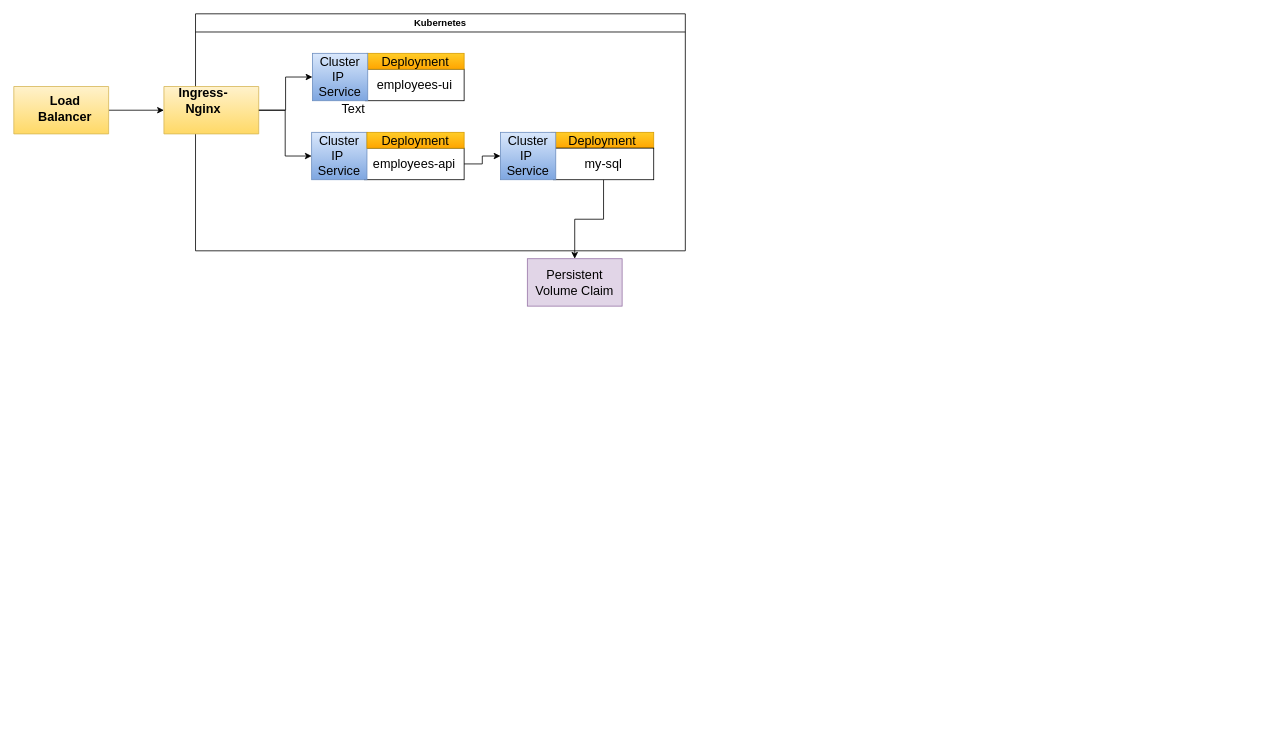
Before: page "POC flow" (8 of 10) of 11.drawio in vetrip/draw.io, a draw.io diagram. Source tidied: cells renumbered, new cells numbered last; positions are measured from the earlier drawing's top-left corner, leaving out a move shared by most shapes. Both pictures are drawn from the tidied source at 79%, with x=0, y=0 at pixel (13, 13).
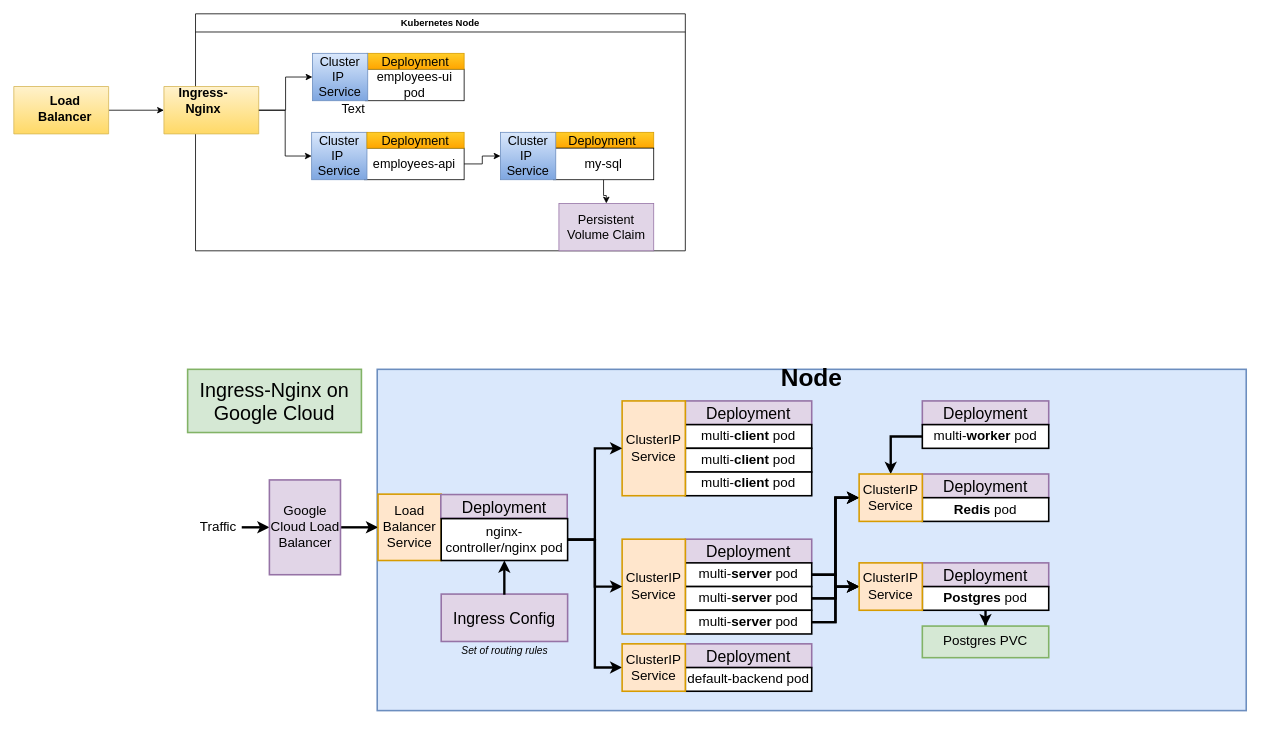
The same page after the edit.

Diff of the diagram source:
```diff
@@
-    <mxCell id="2" value="Kubernetes" style="swimlane;" parent="1" vertex="1">
+    <mxCell id="2" value="Kubernetes Node" style="swimlane;" parent="1" vertex="1">
       <mxGeometry x="230" width="620" height="300" as="geometry" />
     </mxCell>
@@
-    <mxCell id="6" value="employees-ui" style="rounded=0;whiteSpace=wrap;html=1;fontSize=16;" parent="2" vertex="1">
+    <mxCell id="6" value="employees-ui pod" style="rounded=0;whiteSpace=wrap;html=1;fontSize=16;" parent="2" vertex="1">
       <mxGeometry x="215" y="70" width="125" height="40" as="geometry" />
     </mxCell>
@@
+    <mxCell id="22" value="Persistent Volume Claim" style="rounded=0;whiteSpace=wrap;html=1;fontSize=16;fillColor=#e1d5e7;strokeColor=#9673a6;" parent="2" vertex="1">
+      <mxGeometry x="460" y="240" width="120" height="60" as="geometry" />
+    </mxCell>
@@
-    <mxCell id="22" value="Persistent Volume Claim" style="rounded=0;whiteSpace=wrap;html=1;fontSize=16;fillColor=#e1d5e7;strokeColor=#9673a6;" parent="1" vertex="1">
-      <mxGeometry x="650" y="310" width="120" height="60" as="geometry" />
-    </mxCell>
+    <mxCell id="23" value="Node&lt;br style=&quot;font-size: 31px&quot;&gt;&lt;br style=&quot;font-size: 31px&quot;&gt;&lt;br style=&quot;font-size: 31px&quot;&gt;&lt;br style=&quot;font-size: 31px&quot;&gt;&lt;br style=&quot;font-size: 31px&quot;&gt;&lt;br style=&quot;font-size: 31px&quot;&gt;&lt;br style=&quot;font-size: 31px&quot;&gt;&lt;br style=&quot;font-size: 31px&quot;&gt;&lt;br style=&quot;font-size: 31px&quot;&gt;&lt;br&gt;&lt;br&gt;&lt;br style=&quot;font-size: 31px&quot;&gt;" style="rounded=0;whiteSpace=wrap;html=1;strokeWidth=2;fontSize=31;align=center;fillColor=#dae8fc;strokeColor=#6c8ebf;fontStyle=1;" parent="1" vertex="1">
+      <mxGeometry x="460" y="450" width="1100" height="432" as="geometry" />
+    </mxCell>
+    <mxCell id="24" value="Deployment" style="rounded=0;whiteSpace=wrap;html=1;strokeWidth=2;fontSize=20;align=center;fillColor=#e1d5e7;strokeColor=#9673a6;" parent="1" vertex="1">
+      <mxGeometry x="850" y="490" width="160" height="30" as="geometry" />
+    </mxCell>
+    <mxCell id="25" value="multi-&lt;b&gt;client&lt;/b&gt; pod" style="rounded=0;whiteSpace=wrap;html=1;strokeWidth=2;fontSize=17;align=center;fillColor=#ffffff;strokeColor=#000000;" parent="1" vertex="1">
+      <mxGeometry x="850" y="520" width="160" height="30" as="geometry" />
+    </mxCell>
+    <mxCell id="26" value="multi-&lt;b&gt;client&lt;/b&gt; pod" style="rounded=0;whiteSpace=wrap;html=1;strokeWidth=2;fontSize=17;align=center;fillColor=#ffffff;strokeColor=#000000;" parent="1" vertex="1">
+      <mxGeometry x="850" y="550" width="160" height="30" as="geometry" />
+    </mxCell>
+    <mxCell id="27" value="multi-&lt;b&gt;client&lt;/b&gt; pod" style="rounded=0;whiteSpace=wrap;html=1;strokeWidth=2;fontSize=17;align=center;fillColor=#ffffff;strokeColor=#000000;" parent="1" vertex="1">
+      <mxGeometry x="850" y="580" width="160" height="30" as="geometry" />
+    </mxCell>
+    <mxCell id="28" value="Deployment" style="rounded=0;whiteSpace=wrap;html=1;strokeWidth=2;fontSize=20;align=center;fillColor=#e1d5e7;strokeColor=#9673a6;" parent="1" vertex="1">
+      <mxGeometry x="850" y="665" width="160" height="30" as="geometry" />
+    </mxCell>
+    <mxCell id="29" style="edgeStyle=orthogonalEdgeStyle;rounded=0;html=1;exitX=1;exitY=0.5;jettySize=auto;strokeWidth=3;fontSize=30;" parent="1" edge="1" source="31" target="52">
+      <mxGeometry relative="1" as="geometry" />
+    </mxCell>
+    <mxCell id="30" style="edgeStyle=orthogonalEdgeStyle;rounded=0;html=1;exitX=1;exitY=0.5;entryX=0;entryY=0.5;jettySize=auto;strokeWidth=3;fontSize=30;" parent="1" edge="1" source="31" target="51">
+      <mxGeometry relative="1" as="geometry" />
+    </mxCell>
+    <mxCell id="31" value="multi-&lt;b&gt;server&lt;/b&gt; pod" style="rounded=0;whiteSpace=wrap;html=1;strokeWidth=2;fontSize=17;align=center;fillColor=#ffffff;strokeColor=#000000;" parent="1" vertex="1">
+      <mxGeometry x="850" y="695" width="160" height="30" as="geometry" />
+    </mxCell>
+    <mxCell id="32" style="edgeStyle=orthogonalEdgeStyle;rounded=0;html=1;exitX=1;exitY=0.5;entryX=0;entryY=0.5;jettySize=auto;strokeWidth=3;fontSize=30;" parent="1" edge="1" source="34" target="52">
+      <mxGeometry relative="1" as="geometry" />
+    </mxCell>
+    <mxCell id="33" style="edgeStyle=orthogonalEdgeStyle;rounded=0;html=1;exitX=1;exitY=0.5;entryX=0;entryY=0.5;jettySize=auto;strokeWidth=3;fontSize=30;" parent="1" edge="1" source="34" target="51">
+      <mxGeometry relative="1" as="geometry" />
+    </mxCell>
+    <mxCell id="34" value="multi-&lt;b&gt;server&lt;/b&gt; pod" style="rounded=0;whiteSpace=wrap;html=1;strokeWidth=2;fontSize=17;align=center;fillColor=#ffffff;strokeColor=#000000;" parent="1" vertex="1">
+      <mxGeometry x="850" y="725" width="160" height="30" as="geometry" />
+    </mxCell>
+    <mxCell id="35" style="edgeStyle=orthogonalEdgeStyle;rounded=0;html=1;exitX=1;exitY=0.5;entryX=0;entryY=0.5;jettySize=auto;strokeWidth=3;fontSize=30;" parent="1" edge="1" source="37" target="52">
+      <mxGeometry relative="1" as="geometry" />
+    </mxCell>
+    <mxCell id="36" style="edgeStyle=orthogonalEdgeStyle;rounded=0;html=1;exitX=1;exitY=0.5;entryX=0;entryY=0.5;jettySize=auto;strokeWidth=3;fontSize=30;" parent="1" edge="1" source="37" target="51">
+      <mxGeometry relative="1" as="geometry" />
+    </mxCell>
+    <mxCell id="37" value="multi-&lt;b&gt;server&lt;/b&gt; pod" style="rounded=0;whiteSpace=wrap;html=1;strokeWidth=2;fontSize=17;align=center;fillColor=#ffffff;strokeColor=#000000;" parent="1" vertex="1">
+      <mxGeometry x="850" y="755" width="160" height="30" as="geometry" />
+    </mxCell>
+    <mxCell id="38" value="Deployment" style="rounded=0;whiteSpace=wrap;html=1;strokeWidth=2;fontSize=20;align=center;fillColor=#e1d5e7;strokeColor=#9673a6;" parent="1" vertex="1">
+      <mxGeometry x="1150" y="490" width="160" height="30" as="geometry" />
+    </mxCell>
+    <mxCell id="39" style="edgeStyle=orthogonalEdgeStyle;rounded=0;html=1;exitX=0;exitY=0.5;entryX=0.5;entryY=0;jettySize=auto;strokeWidth=3;fontSize=30;" parent="1" edge="1" source="40" target="51">
+      <mxGeometry relative="1" as="geometry" />
+    </mxCell>
+    <mxCell id="40" value="multi-&lt;b&gt;worker&lt;/b&gt; pod" style="rounded=0;whiteSpace=wrap;html=1;strokeWidth=2;fontSize=17;align=center;fillColor=#ffffff;strokeColor=#000000;" parent="1" vertex="1">
+      <mxGeometry x="1150" y="520" width="160" height="30" as="geometry" />
+    </mxCell>
+    <mxCell id="41" value="ClusterIP&lt;br&gt;Service" style="rounded=0;whiteSpace=wrap;html=1;strokeWidth=2;fontSize=17;align=center;fillColor=#ffe6cc;strokeColor=#d79b00;" parent="1" vertex="1">
+      <mxGeometry x="770" y="490" width="80" height="120" as="geometry" />
+    </mxCell>
+    <mxCell id="42" value="ClusterIP&lt;br&gt;Service" style="rounded=0;whiteSpace=wrap;html=1;strokeWidth=2;fontSize=17;align=center;fillColor=#ffe6cc;strokeColor=#d79b00;" parent="1" vertex="1">
+      <mxGeometry x="770" y="665" width="80" height="120" as="geometry" />
+    </mxCell>
+    <mxCell id="43" style="edgeStyle=orthogonalEdgeStyle;rounded=0;html=1;exitX=1;exitY=0.5;jettySize=auto;strokeWidth=3;fontSize=17;" parent="1" edge="1" source="44">
+      <mxGeometry relative="1" as="geometry">
+        <mxPoint x="323.5" y="650" as="targetPoint" />
+      </mxGeometry>
+    </mxCell>
+    <mxCell id="44" value="Traffic" style="text;html=1;strokeColor=none;fillColor=none;align=center;verticalAlign=middle;whiteSpace=wrap;rounded=0;fontSize=17;" parent="1" vertex="1">
+      <mxGeometry x="228.5" y="637.5" width="60" height="25" as="geometry" />
+    </mxCell>
+    <mxCell id="45" value="Deployment" style="rounded=0;whiteSpace=wrap;html=1;strokeWidth=2;fontSize=20;align=center;fillColor=#e1d5e7;strokeColor=#9673a6;" parent="1" vertex="1">
+      <mxGeometry x="1150" y="582.5" width="160" height="30" as="geometry" />
+    </mxCell>
+    <mxCell id="46" value="&lt;b&gt;Redis&lt;/b&gt; pod" style="rounded=0;whiteSpace=wrap;html=1;strokeWidth=2;fontSize=17;align=center;fillColor=#ffffff;strokeColor=#000000;" parent="1" vertex="1">
+      <mxGeometry x="1150" y="612.5" width="160" height="30" as="geometry" />
+    </mxCell>
+    <mxCell id="47" value="Deployment" style="rounded=0;whiteSpace=wrap;html=1;strokeWidth=2;fontSize=20;align=center;fillColor=#e1d5e7;strokeColor=#9673a6;" parent="1" vertex="1">
+      <mxGeometry x="1150" y="695" width="160" height="30" as="geometry" />
+    </mxCell>
+    <mxCell id="48" style="edgeStyle=orthogonalEdgeStyle;rounded=0;html=1;exitX=0.5;exitY=1;jettySize=auto;strokeWidth=3;fontSize=17;" parent="1" edge="1" source="49" target="50">
+      <mxGeometry relative="1" as="geometry" />
+    </mxCell>
+    <mxCell id="49" value="&lt;b&gt;Postgres&lt;/b&gt; pod" style="rounded=0;whiteSpace=wrap;html=1;strokeWidth=2;fontSize=17;align=center;fillColor=#ffffff;strokeColor=#000000;" parent="1" vertex="1">
+      <mxGeometry x="1150" y="725" width="160" height="30" as="geometry" />
+    </mxCell>
+    <mxCell id="50" value="Postgres PVC" style="rounded=0;whiteSpace=wrap;html=1;strokeWidth=2;fontSize=17;align=center;fillColor=#d5e8d4;strokeColor=#82b366;" parent="1" vertex="1">
+      <mxGeometry x="1150" y="775" width="160" height="40" as="geometry" />
+    </mxCell>
+    <mxCell id="51" value="ClusterIP&lt;br&gt;Service" style="rounded=0;whiteSpace=wrap;html=1;strokeWidth=2;fontSize=17;align=center;fillColor=#ffe6cc;strokeColor=#d79b00;" parent="1" vertex="1">
+      <mxGeometry x="1070" y="582.5" width="80" height="60" as="geometry" />
+    </mxCell>
+    <mxCell id="52" value="ClusterIP&lt;br&gt;Service" style="rounded=0;whiteSpace=wrap;html=1;strokeWidth=2;fontSize=17;align=center;fillColor=#ffe6cc;strokeColor=#d79b00;" parent="1" vertex="1">
+      <mxGeometry x="1070" y="695" width="80" height="60" as="geometry" />
+    </mxCell>
+    <mxCell id="53" style="edgeStyle=orthogonalEdgeStyle;rounded=0;html=1;exitX=0.75;exitY=1;entryX=0.75;entryY=1;jettySize=auto;orthogonalLoop=1;strokeWidth=3;fontSize=17;" parent="1" edge="1" source="51" target="51">
+      <mxGeometry relative="1" as="geometry" />
+    </mxCell>
+    <mxCell id="54" value="Ingress-Nginx on Google Cloud" style="rounded=0;whiteSpace=wrap;html=1;strokeWidth=2;fontSize=25;align=center;fillColor=#d5e8d4;strokeColor=#82b366;" parent="1" vertex="1">
+      <mxGeometry x="220" y="450" width="220" height="80" as="geometry" />
+    </mxCell>
+    <mxCell id="55" style="edgeStyle=orthogonalEdgeStyle;rounded=0;html=1;exitX=1;exitY=0.5;jettySize=auto;strokeWidth=3;fontSize=25;" parent="1" edge="1" source="56" target="57">
+      <mxGeometry relative="1" as="geometry" />
+    </mxCell>
+    <mxCell id="56" value="Google Cloud Load Balancer" style="rounded=0;whiteSpace=wrap;html=1;strokeWidth=2;fontSize=17;align=center;fillColor=#e1d5e7;strokeColor=#9673a6;" parent="1" vertex="1">
+      <mxGeometry x="323.5" y="590" width="90" height="120" as="geometry" />
+    </mxCell>
+    <mxCell id="57" value="Load Balancer Service" style="rounded=0;whiteSpace=wrap;html=1;strokeWidth=2;fontSize=17;align=center;fillColor=#ffe6cc;strokeColor=#d79b00;" parent="1" vertex="1">
+      <mxGeometry x="461" y="608" width="80" height="84" as="geometry" />
+    </mxCell>
+    <mxCell id="58" value="Deployment" style="rounded=0;whiteSpace=wrap;html=1;strokeWidth=2;fontSize=20;align=center;fillColor=#e1d5e7;strokeColor=#9673a6;" parent="1" vertex="1">
+      <mxGeometry x="540.5" y="608.5" width="160" height="30" as="geometry" />
+    </mxCell>
+    <mxCell id="59" style="edgeStyle=orthogonalEdgeStyle;rounded=0;html=1;exitX=1;exitY=0.5;jettySize=auto;strokeWidth=3;fontSize=25;" parent="1" edge="1" source="62" target="42">
+      <mxGeometry relative="1" as="geometry" />
+    </mxCell>
+    <mxCell id="60" style="edgeStyle=orthogonalEdgeStyle;rounded=0;html=1;exitX=1;exitY=0.5;entryX=0;entryY=0.5;jettySize=auto;strokeWidth=3;fontSize=25;" parent="1" edge="1" source="62" target="65">
+      <mxGeometry relative="1" as="geometry" />
+    </mxCell>
+    <mxCell id="61" style="edgeStyle=orthogonalEdgeStyle;rounded=0;html=1;exitX=1;exitY=0.5;entryX=0;entryY=0.5;jettySize=auto;strokeWidth=3;fontSize=15;" parent="1" edge="1" source="62" target="41">
+      <mxGeometry relative="1" as="geometry" />
+    </mxCell>
+    <mxCell id="62" value="nginx-controller/nginx pod" style="rounded=0;whiteSpace=wrap;html=1;strokeWidth=2;fontSize=17;align=center;fillColor=#ffffff;strokeColor=#000000;" parent="1" vertex="1">
+      <mxGeometry x="541" y="639" width="160" height="53" as="geometry" />
+    </mxCell>
+    <mxCell id="63" value="Deployment" style="rounded=0;whiteSpace=wrap;html=1;strokeWidth=2;fontSize=20;align=center;fillColor=#e1d5e7;strokeColor=#9673a6;" parent="1" vertex="1">
+      <mxGeometry x="850" y="797.5" width="160" height="30" as="geometry" />
+    </mxCell>
+    <mxCell id="64" value="default-backend pod" style="rounded=0;whiteSpace=wrap;html=1;strokeWidth=2;fontSize=17;align=center;fillColor=#ffffff;strokeColor=#000000;" parent="1" vertex="1">
+      <mxGeometry x="850" y="827.5" width="160" height="30" as="geometry" />
+    </mxCell>
+    <mxCell id="65" value="ClusterIP&lt;br&gt;Service" style="rounded=0;whiteSpace=wrap;html=1;strokeWidth=2;fontSize=17;align=center;fillColor=#ffe6cc;strokeColor=#d79b00;" parent="1" vertex="1">
+      <mxGeometry x="770" y="797.5" width="80" height="60" as="geometry" />
+    </mxCell>
+    <mxCell id="66" value="Ingress Config" style="rounded=0;whiteSpace=wrap;html=1;strokeWidth=2;fontSize=20;align=center;fillColor=#e1d5e7;strokeColor=#9673a6;" parent="1" vertex="1">
+      <mxGeometry x="541" y="734.5" width="160" height="60" as="geometry" />
+    </mxCell>
+    <mxCell id="67" style="edgeStyle=orthogonalEdgeStyle;rounded=0;html=1;exitX=0.5;exitY=0;jettySize=auto;orthogonalLoop=1;strokeWidth=3;fontSize=25;" parent="1" edge="1">
+      <mxGeometry relative="1" as="geometry">
+        <mxPoint x="620.9" y="735.3" as="sourcePoint" />
+        <mxPoint x="620.9" y="692" as="targetPoint" />
+      </mxGeometry>
+    </mxCell>
+    <mxCell id="68" value="Set of routing rules" style="text;html=1;strokeColor=none;fillColor=none;align=center;verticalAlign=middle;whiteSpace=wrap;rounded=0;fontSize=13;fontStyle=2;" parent="1" vertex="1">
+      <mxGeometry x="561" y="798" width="121" height="15" as="geometry" />
+    </mxCell>
```
